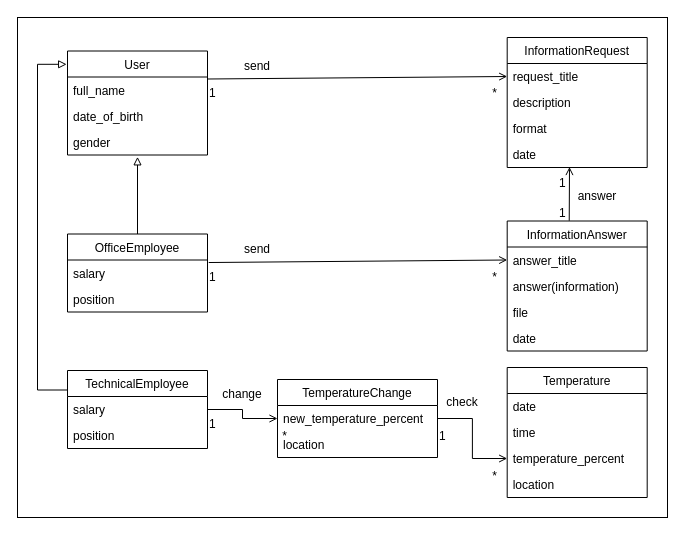
oleksandrblazhko/ai-213-gavrosh keeps this draw.io diagram as 2-SoftwareDesign/2.1-UMLConceptClasses/UMLConceptClasses.drawio. Above is the earlier version. Source tidied: cells renumbered, new cells numbered last; positions are measured from the earlier drawing's top-left corner, leaving out a move shared by most shapes. Both pictures are drawn from the tidied source at 100%, with x=0, y=0 at pixel (17, 17).
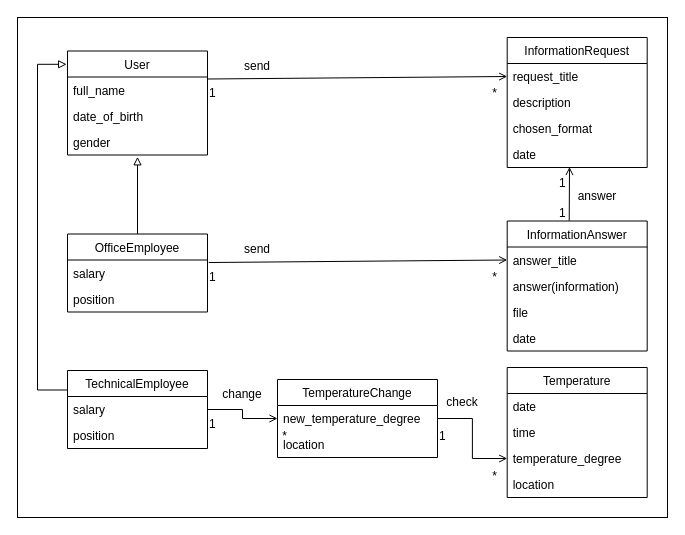
Above is the later version.

Unchanged cells that the change refers to:
```xml
<mxCell id="15" value="InformationRequest" style="swimlane;fontStyle=0;horizontal=1;startSize=26;fillColor=none;" parent="1" vertex="1">
  <mxGeometry x="489.7" y="20" width="140" height="130" as="geometry" />
</mxCell>
<mxCell id="31" value="Temperature" style="swimlane;fontStyle=0;horizontal=1;startSize=26;fillColor=none;" parent="1" vertex="1">
  <mxGeometry x="489.7" y="350" width="140" height="130" as="geometry" />
</mxCell>
<mxCell id="45" value="TemperatureChange" style="swimlane;fontStyle=0;horizontal=1;startSize=26;fillColor=none;" parent="1" vertex="1">
  <mxGeometry x="260" y="362" width="160" height="78" as="geometry" />
</mxCell>
```

What changed in the source:
```diff
@@
-    <mxCell id="18" value="format" style="text;strokeColor=none;fillColor=none;align=left;verticalAlign=top;spacingLeft=4;spacingRight=4;overflow=hidden;" parent="15" vertex="1">
+    <mxCell id="18" value="chosen_format" style="text;strokeColor=none;fillColor=none;align=left;verticalAlign=top;spacingLeft=4;spacingRight=4;overflow=hidden;" parent="15" vertex="1">
       <mxGeometry y="78" width="140" height="26" as="geometry" />
     </mxCell>
@@
-    <mxCell id="34" value="temperature_percent" style="text;strokeColor=none;fillColor=none;align=left;verticalAlign=top;spacingLeft=4;spacingRight=4;overflow=hidden;points=[[0,0.5],[1,0.5]];portConstraint=eastwest;" parent="31" vertex="1">
+    <mxCell id="34" value="temperature_degree" style="text;strokeColor=none;fillColor=none;align=left;verticalAlign=top;spacingLeft=4;spacingRight=4;overflow=hidden;points=[[0,0.5],[1,0.5]];portConstraint=eastwest;" parent="31" vertex="1">
       <mxGeometry y="78" width="140" height="26" as="geometry" />
     </mxCell>
@@
-    <mxCell id="46" value="new_temperature_percent" style="text;strokeColor=none;fillColor=none;align=left;verticalAlign=top;spacingLeft=4;spacingRight=4;overflow=hidden;points=[[0,0.5],[1,0.5]];portConstraint=eastwest;" parent="45" vertex="1">
+    <mxCell id="46" value="new_temperature_degree" style="text;strokeColor=none;fillColor=none;align=left;verticalAlign=top;spacingLeft=4;spacingRight=4;overflow=hidden;points=[[0,0.5],[1,0.5]];portConstraint=eastwest;" parent="45" vertex="1">
       <mxGeometry y="26" width="160" height="26" as="geometry" />
     </mxCell>
```
